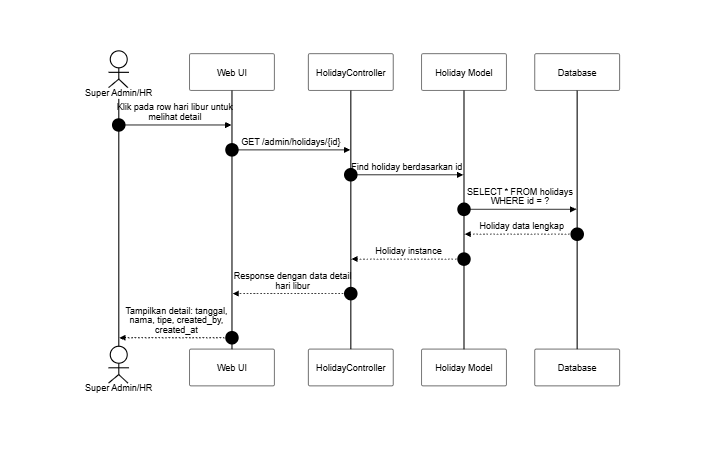
SulaimanHafi23/SimpegRSHDI keeps this Mermaid diagram as docs/SequenceDiagram/PNG_Transparent/KelolaHariLibur-Lihat.png. Above is the earlier version. Its source is kept beside it as docs/SequenceDiagram/KelolaHariLibur-Lihat.mermaid.
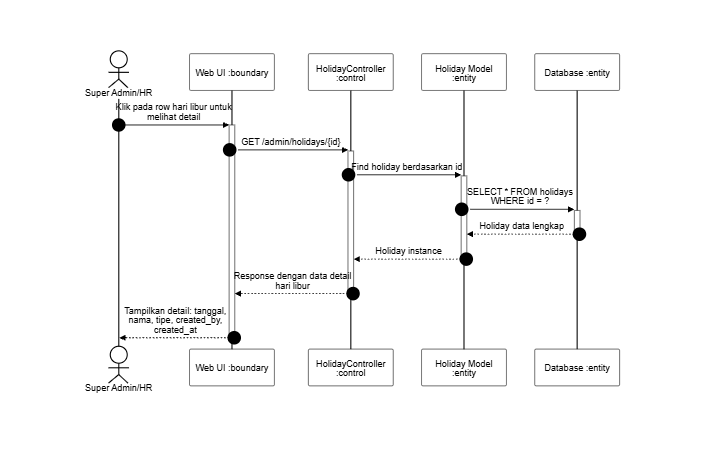
The same file after the commit.

Diff of the diagram source:
```diff
@@ -6,16 +6,16 @@
 sequenceDiagram
     autonumber
     actor SA as Super Admin/HR
-    participant UI as Web UI
-    participant C as HolidayController
-    participant H as Holiday Model
-    participant DB as Database
+    participant UI as Web UI :boundary
+    participant C as HolidayController :control
+    participant H as Holiday Model :entity
+    participant DB as Database :entity
 
-    SA->>UI: Klik pada row hari libur untuk melihat detail
-    UI->>C: GET /admin/holidays/{id}
-    C->>H: Find holiday berdasarkan id
-    H->>DB: SELECT * FROM holidays WHERE id = ?
-    DB-->>H: Holiday data lengkap
-    H-->>C: Holiday instance
-    C-->>UI: Response dengan data detail hari libur
-    UI-->>SA: Tampilkan detail: tanggal, nama, tipe, created_by, created_at
+    SA->>+UI: Klik pada row hari libur untuk melihat detail
+    UI->>+C: GET /admin/holidays/{id}
+    C->>+H: Find holiday berdasarkan id
+    H->>+DB: SELECT * FROM holidays WHERE id = ?
+    DB-->>-H: Holiday data lengkap
+    H-->>-C: Holiday instance
+    C-->>-UI: Response dengan data detail hari libur
+    UI-->>-SA: Tampilkan detail: tanggal, nama, tipe, created_by, created_at
```
